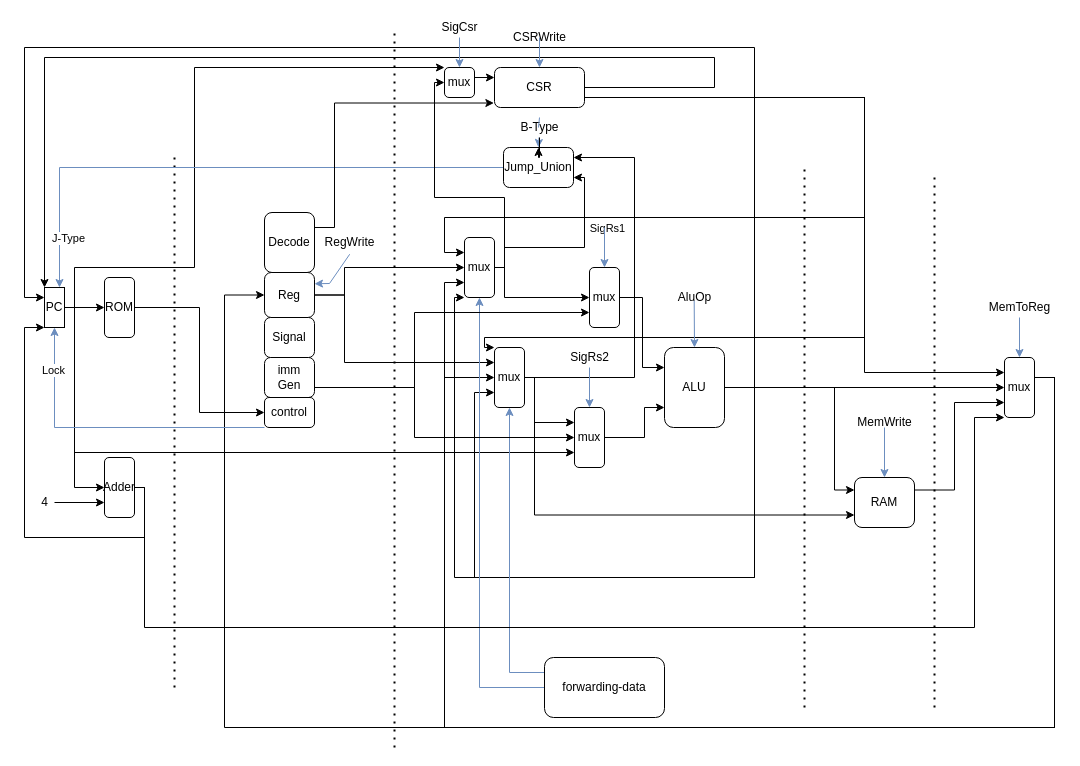
This is Lab7.drawio from Zerokei/CPUGraph, a draw.io file, before an edit. Source tidied: cells renumbered, new cells numbered last; positions are measured from the earlier drawing's top-left corner, leaving out a move shared by most shapes. Both pictures are drawn from the tidied source at 100%, with x=0, y=0 at pixel (24, 17).
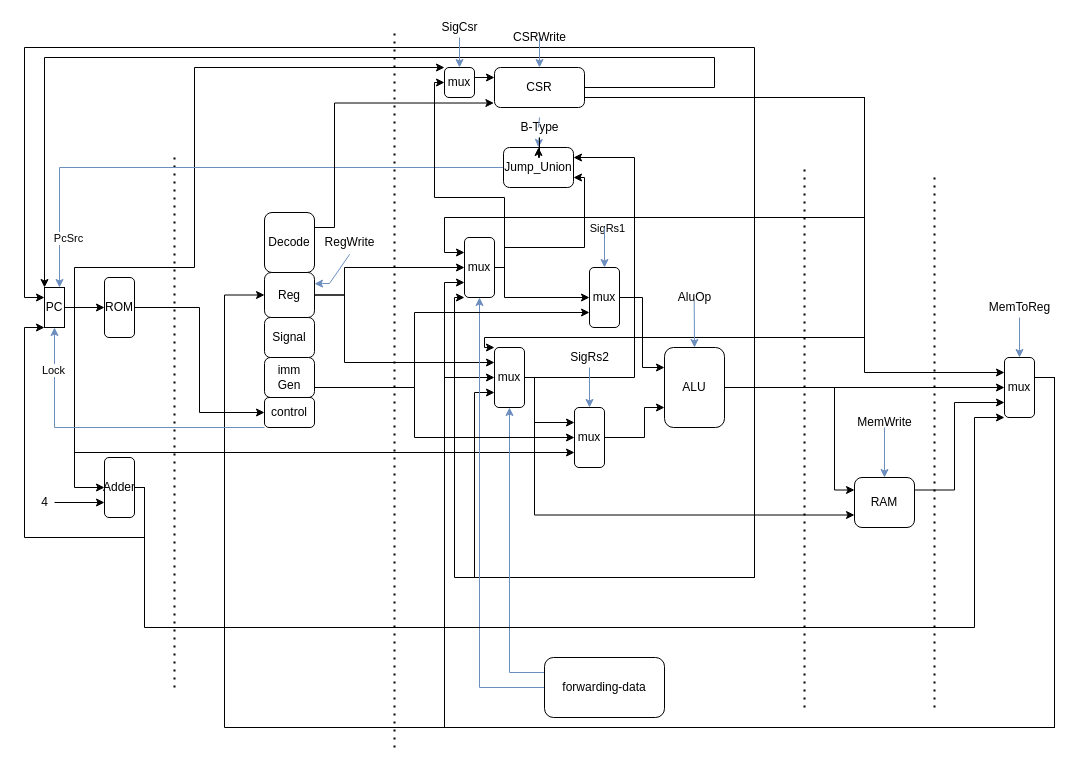
After the change.

The change refers to these unchanged cells:
```xml
<mxCell id="60" style="edgeStyle=orthogonalEdgeStyle;rounded=0;jettySize=auto;html=1;exitX=0;exitY=0.5;exitDx=0;exitDy=0;fillColor=#dae8fc;strokeColor=#6c8ebf;entryX=0.75;entryY=0;entryDx=0;entryDy=0;" parent="1" edge="1" source="62" target="12">
  <mxGeometry relative="1" as="geometry">
    <Array as="points">
      <mxPoint x="35" y="150" />
    </Array>
  </mxGeometry>
</mxCell>
```

Change to the diagram source:
```diff
@@
-    <mxCell id="61" value="J-Type" style="edgeLabel;html=1;align=center;verticalAlign=middle;" parent="60" vertex="1">
+    <mxCell id="61" value="PcSrc" style="edgeLabel;html=1;align=center;verticalAlign=middle;" parent="60" vertex="1">
       <mxGeometry x="0.54" y="-6" relative="1" as="geometry">
         <mxPoint x="-2" y="76" as="offset" />
       </mxGeometry>
     </mxCell>
```
